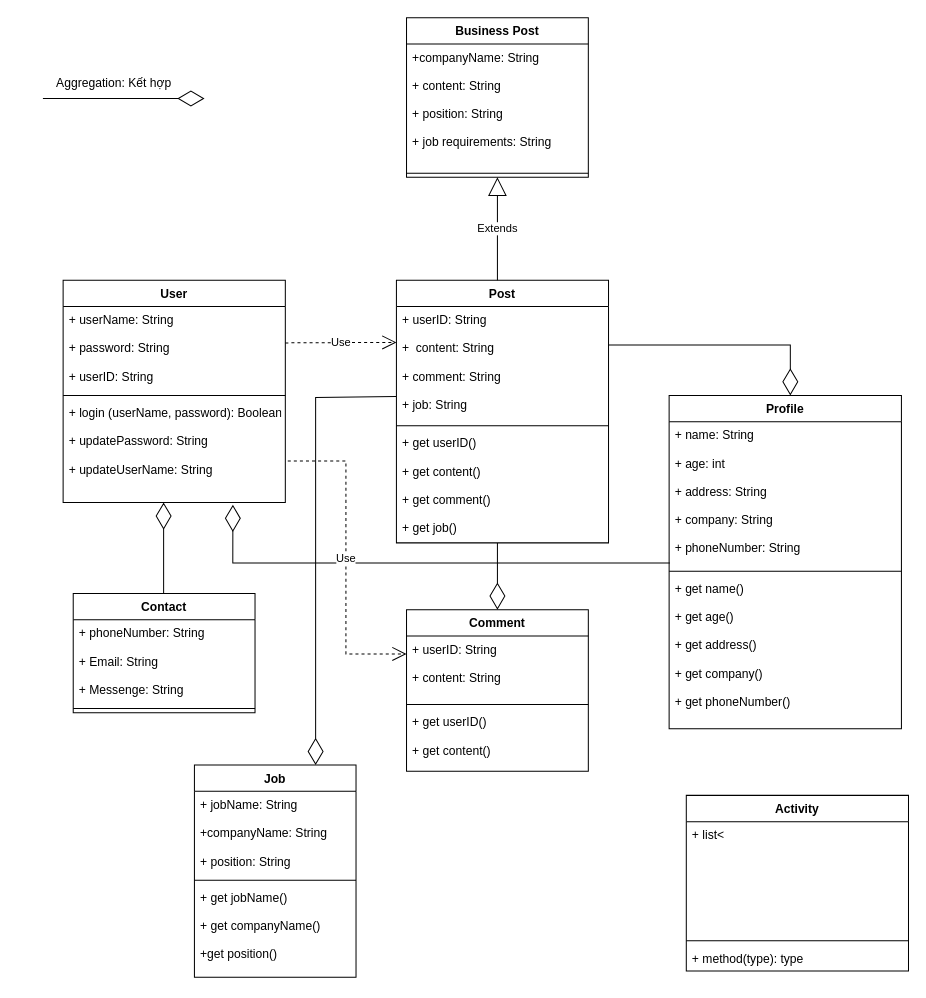
Earlier version of the draw.io diagram GAP Social Class Diagram.drawio (nvhoang23/BTVN_1). Source tidied: cells renumbered, new cells numbered last; positions are measured from the earlier drawing's top-left corner, leaving out a move shared by most shapes. Both pictures are drawn from the tidied source at 101%, with x=0, y=0 at pixel (42, 17).
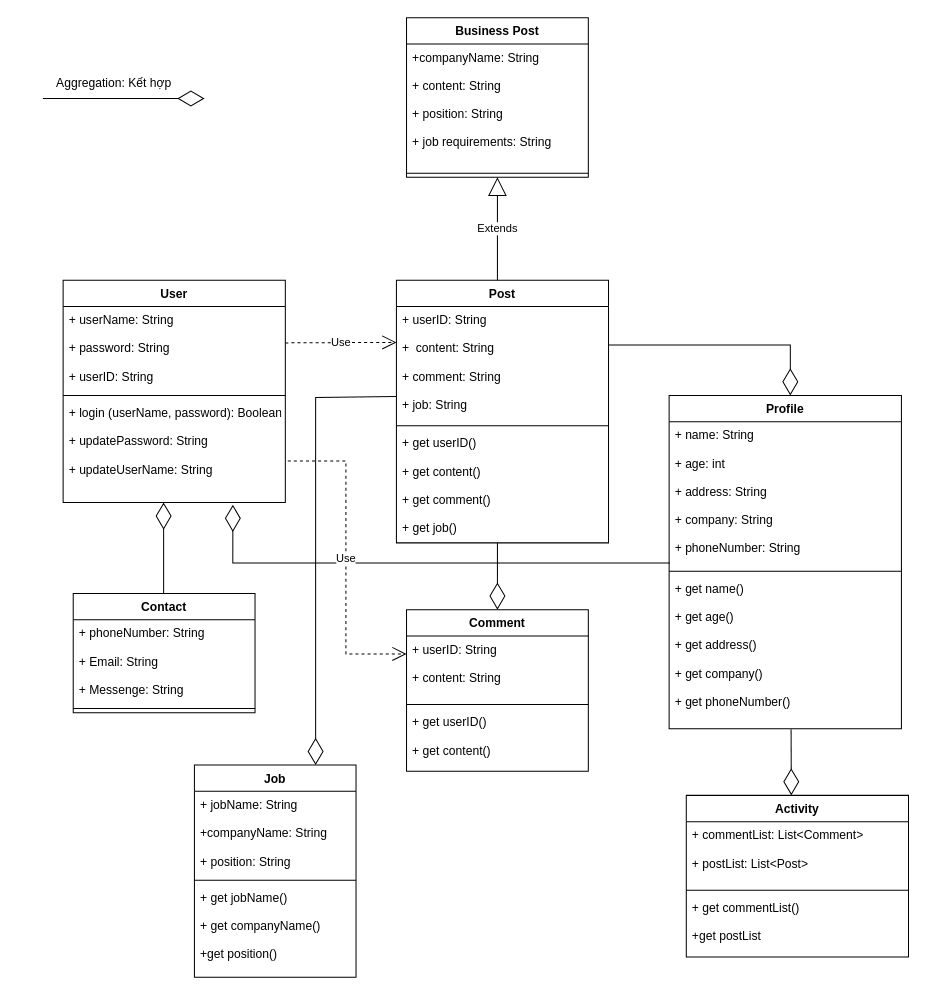
The same diagram, later.

Commit message:
Cập nhật GAP Social Class Diagram.drawio

The change refers to these unchanged cells:
```xml
<mxCell id="24" value="+ get name()&#10;&#10;+ get age()&#10;&#10;+ get address()&#10;&#10;+ get company()&#10;&#10;+ get phoneNumber()" style="text;strokeColor=none;fillColor=none;align=left;verticalAlign=top;spacingLeft=4;spacingRight=4;overflow=hidden;points=[[0,0.5],[1,0.5]];portConstraint=eastwest;" parent="21" vertex="1">
  <mxGeometry y="178" width="230" height="152" as="geometry" />
</mxCell>
```

The edit, as a diff of the source:
```diff
@@
     <mxCell id="13" value="Activity" style="swimlane;fontStyle=1;align=center;verticalAlign=top;horizontal=1;startSize=26;" parent="1" vertex="1">
-      <mxGeometry x="637" y="770" width="220" height="174" as="geometry" />
+      <mxGeometry x="637" y="770" width="220" height="160" as="geometry" />
     </mxCell>
-    <mxCell id="14" value="+ list&lt;" style="text;strokeColor=none;fillColor=none;align=left;verticalAlign=top;spacingLeft=4;spacingRight=4;overflow=hidden;" parent="13" vertex="1">
-      <mxGeometry y="26" width="220" height="114" as="geometry" />
+    <mxCell id="14" value="+ commentList: List&lt;Comment&gt;&#10;&#10;+ postList: List&lt;Post&gt;" style="text;strokeColor=none;fillColor=none;align=left;verticalAlign=top;spacingLeft=4;spacingRight=4;overflow=hidden;" parent="13" vertex="1">
+      <mxGeometry y="26" width="220" height="64" as="geometry" />
     </mxCell>
     <mxCell id="15" style="line;strokeWidth=1;fillColor=none;align=left;verticalAlign=middle;spacingTop=-1;spacingLeft=3;spacingRight=3;labelPosition=right;strokeColor=inherit;" parent="13" vertex="1">
-      <mxGeometry y="140" width="220" height="8" as="geometry" />
+      <mxGeometry y="90" width="220" height="8" as="geometry" />
     </mxCell>
-    <mxCell id="16" value="+ method(type): type" style="text;strokeColor=none;fillColor=none;align=left;verticalAlign=top;spacingLeft=4;spacingRight=4;overflow=hidden;" parent="13" vertex="1">
-      <mxGeometry y="148" width="220" height="26" as="geometry" />
+    <mxCell id="16" value="+ get commentList()&#10;&#10;+get postList&#10;&#10;" style="text;strokeColor=none;fillColor=none;align=left;verticalAlign=top;spacingLeft=4;spacingRight=4;overflow=hidden;" parent="13" vertex="1">
+      <mxGeometry y="98" width="220" height="62" as="geometry" />
     </mxCell>
@@
+    <mxCell id="43" style="endArrow=diamondThin;endFill=0;endSize=24;html=1;rounded=0;exitX=0.525;exitY=1.004;exitDx=0;exitDy=0;exitPerimeter=0;" parent="1" edge="1" source="24">
+      <mxGeometry relative="1" as="geometry">
+        <mxPoint x="741" y="770" as="targetPoint" />
+      </mxGeometry>
+    </mxCell>
```
